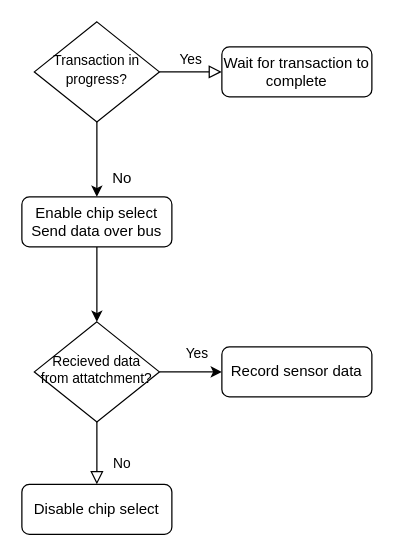
Before: test.dio in Kyle-912/HDL, a draw.io diagram. Source tidied: cells renumbered, new cells numbered last; positions are measured from the earlier drawing's top-left corner, leaving out a move shared by most shapes. Both pictures are drawn from the tidied source at 125%, with x=0, y=0 at pixel (21, 21).
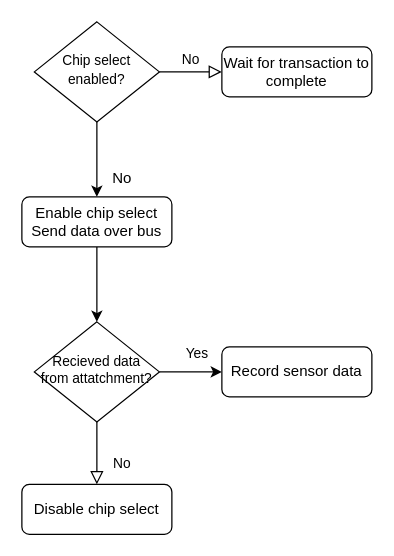
The same page after the edit.

The edit, as a diff of the source:
```diff
@@
 <mxGraphModel>
   <root>
     <mxCell id="0" />
     <mxCell id="1" parent="0" />
     <mxCell id="2" style="edgeStyle=none;html=1;exitX=0.5;exitY=1;exitDx=0;exitDy=0;entryX=0.5;entryY=0;entryDx=0;entryDy=0;" parent="1" edge="1" source="3" target="10">
       <mxGeometry relative="1" as="geometry" />
     </mxCell>
     <mxCell id="3" value="Enable chip select&lt;br&gt;Send data over bus" style="rounded=1;whiteSpace=wrap;html=1;fontSize=12;glass=0;strokeWidth=1;shadow=0;" parent="1" vertex="1">
       <mxGeometry y="140" width="120" height="40" as="geometry" />
     </mxCell>
-    <mxCell id="4" value="Yes" style="edgeStyle=orthogonalEdgeStyle;rounded=0;html=1;jettySize=auto;fontSize=11;endArrow=block;endFill=0;endSize=8;strokeWidth=1;shadow=0;labelBackgroundColor=none;" parent="1" edge="1" source="6" target="7">
+    <mxCell id="4" value="No" style="edgeStyle=orthogonalEdgeStyle;rounded=0;html=1;jettySize=auto;fontSize=11;endArrow=block;endFill=0;endSize=8;strokeWidth=1;shadow=0;labelBackgroundColor=none;" parent="1" edge="1" source="6" target="7">
       <mxGeometry y="10" relative="1" as="geometry" />
     </mxCell>
     <mxCell id="5" style="edgeStyle=none;html=1;exitX=0.5;exitY=1;exitDx=0;exitDy=0;entryX=0.5;entryY=0;entryDx=0;entryDy=0;" parent="1" edge="1" source="6" target="3">
       <mxGeometry relative="1" as="geometry">
         <Array as="points">
           <mxPoint x="60" y="110" />
         </Array>
       </mxGeometry>
     </mxCell>
-    <mxCell id="6" value="&lt;font style=&quot;font-size: 11px;&quot;&gt;Transaction in progress?&lt;/font&gt;" style="rhombus;whiteSpace=wrap;html=1;shadow=0;fontFamily=Helvetica;fontSize=12;align=center;strokeWidth=1;spacing=6;spacingTop=-4;" parent="1" vertex="1">
+    <mxCell id="6" value="&lt;font style=&quot;font-size: 11px;&quot;&gt;Chip select enabled?&lt;/font&gt;" style="rhombus;whiteSpace=wrap;html=1;shadow=0;fontFamily=Helvetica;fontSize=12;align=center;strokeWidth=1;spacing=6;spacingTop=-4;" parent="1" vertex="1">
       <mxGeometry x="10" width="100" height="80" as="geometry" />
     </mxCell>
     <mxCell id="7" value="Wait for transaction to complete" style="rounded=1;whiteSpace=wrap;html=1;fontSize=12;glass=0;strokeWidth=1;shadow=0;" parent="1" vertex="1">
       <mxGeometry x="160" y="20" width="120" height="40" as="geometry" />
     </mxCell>
     <mxCell id="8" value="No" style="rounded=0;html=1;jettySize=auto;fontSize=11;endArrow=block;endFill=0;endSize=8;strokeWidth=1;shadow=0;labelBackgroundColor=none;edgeStyle=orthogonalEdgeStyle;" parent="1" edge="1" source="10" target="11">
       <mxGeometry x="0.33" y="20" relative="1" as="geometry" />
     </mxCell>
     <mxCell id="9" style="edgeStyle=none;html=1;exitX=1;exitY=0.5;exitDx=0;exitDy=0;entryX=0;entryY=0.5;entryDx=0;entryDy=0;fontSize=11;" parent="1" edge="1" source="10" target="12">
       <mxGeometry relative="1" as="geometry" />
     </mxCell>
     <mxCell id="10" value="&lt;p style=&quot;line-height: 110%; font-size: 11px;&quot;&gt;Recieved data from attatchment?&lt;/p&gt;" style="rhombus;whiteSpace=wrap;html=1;shadow=0;fontFamily=Helvetica;fontSize=12;align=center;strokeWidth=1;spacing=6;spacingTop=-4;" parent="1" vertex="1">
       <mxGeometry x="10" y="240" width="100" height="80" as="geometry" />
     </mxCell>
     <mxCell id="11" value="Disable chip select" style="rounded=1;whiteSpace=wrap;html=1;fontSize=12;glass=0;strokeWidth=1;shadow=0;" parent="1" vertex="1">
       <mxGeometry y="370" width="120" height="40" as="geometry" />
     </mxCell>
     <mxCell id="12" value="Record sensor data" style="rounded=1;whiteSpace=wrap;html=1;fontSize=12;glass=0;strokeWidth=1;shadow=0;" parent="1" vertex="1">
       <mxGeometry x="160" y="260" width="120" height="40" as="geometry" />
     </mxCell>
     <mxCell id="13" value="No" style="text;html=1;align=center;verticalAlign=middle;strokeColor=none;fillColor=none;" parent="1" vertex="1">
       <mxGeometry x="60" y="110" width="40" height="30" as="geometry" />
     </mxCell>
     <mxCell id="14" value="Yes" style="text;html=1;align=center;verticalAlign=middle;strokeColor=none;fillColor=none;fontSize=11;" parent="1" vertex="1">
       <mxGeometry x="120" y="250" width="40" height="30" as="geometry" />
     </mxCell>
   </root>
 </mxGraphModel>
```
